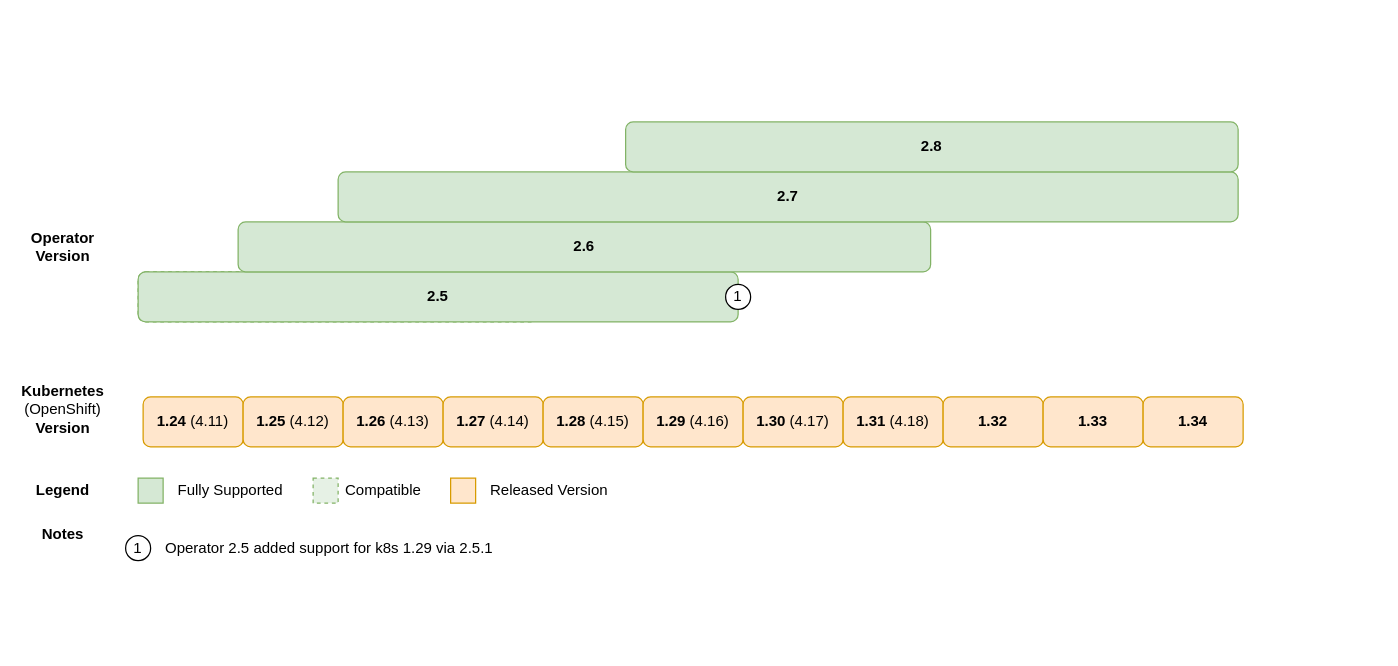
Above: page "Compat Kuberentes" (1 of 3) of drawio-charts/k8s-compat.drawio in couchbase/docs-operator (draw.io), before the change. Source tidied: cells renumbered, new cells numbered last; positions are measured from the earlier drawing's top-left corner, leaving out a move shared by most shapes. Both pictures are drawn from the tidied source at 125%, with x=0, y=0 at pixel (25, 121).
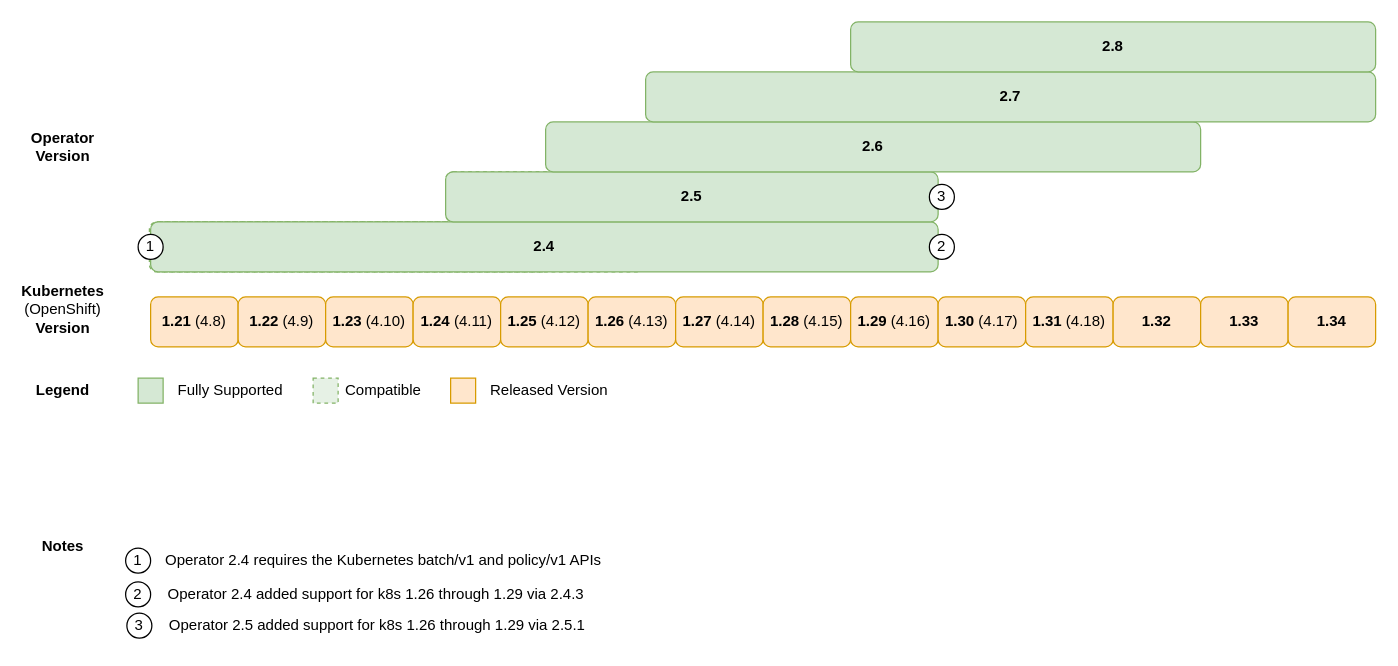
After the change.

The edit, as a diff of the source:
```diff
@@
+    <mxCell id="31" style="rounded=1;whiteSpace=wrap;html=1;fillColor=#d5e8d4;strokeColor=#82b366;fillOpacity=60;dashed=1;" parent="1" vertex="1">
+      <mxGeometry x="99" y="80" width="397" height="40" as="geometry" />
+    </mxCell>
     <mxCell id="2" style="rounded=1;whiteSpace=wrap;html=1;fillColor=#d5e8d4;strokeColor=#82b366;fillOpacity=60;dashed=1;" parent="1" vertex="1">
-      <mxGeometry x="90" y="120" width="320" height="40" as="geometry" />
+      <mxGeometry x="336" y="40" width="320" height="40" as="geometry" />
     </mxCell>
+    <mxCell id="32" style="rounded=1;whiteSpace=wrap;html=1;fillColor=#d5e8d4;strokeColor=#82b366;fillOpacity=60;dashed=1;" parent="1" vertex="1">
+      <mxGeometry x="101" y="80" width="319" height="40" as="geometry" />
+    </mxCell>
+    <mxCell id="33" value="&lt;div&gt;&lt;b&gt;1.21&lt;/b&gt; (4.8)&lt;/div&gt;" style="rounded=1;whiteSpace=wrap;html=1;fillColor=#ffe6cc;strokeColor=#d79b00;" parent="1" vertex="1">
+      <mxGeometry x="100" y="140" width="70" height="40" as="geometry" />
+    </mxCell>
     <mxCell id="3" value="&lt;div&gt;&lt;b&gt;Operator&lt;/b&gt;&lt;/div&gt;&lt;div&gt;&lt;b&gt;Version&lt;br&gt;&lt;/b&gt;&lt;/div&gt;" style="text;html=1;strokeColor=none;fillColor=none;align=center;verticalAlign=middle;whiteSpace=wrap;rounded=0;rotation=0;" parent="1" vertex="1">
-      <mxGeometry x="10" y="90" width="40" height="20" as="geometry" />
+      <mxGeometry x="10" y="10" width="40" height="20" as="geometry" />
     </mxCell>
     <mxCell id="4" value="&lt;div&gt;&lt;b&gt;Kubernetes&lt;/b&gt;&lt;/div&gt;&lt;div&gt;(OpenShift)&lt;br&gt;&lt;/div&gt;&lt;div&gt;&lt;b&gt;Version&lt;br&gt;&lt;/b&gt;&lt;/div&gt;" style="text;html=1;strokeColor=none;fillColor=none;align=center;verticalAlign=middle;whiteSpace=wrap;rounded=0;rotation=0;" parent="1" vertex="1">
-      <mxGeometry x="10" y="220" width="40" height="20" as="geometry" />
+      <mxGeometry x="10" y="140" width="40" height="20" as="geometry" />
     </mxCell>
+    <mxCell id="34" value="&lt;div&gt;&lt;b&gt;1.22&lt;/b&gt; (4.9)&lt;br&gt;&lt;/div&gt;" style="rounded=1;whiteSpace=wrap;html=1;fillColor=#ffe6cc;strokeColor=#d79b00;" parent="1" vertex="1">
+      <mxGeometry x="170" y="140" width="70" height="40" as="geometry" />
+    </mxCell>
+    <mxCell id="35" value="&lt;div&gt;&lt;b&gt;1.23 &lt;/b&gt;(4.10)&lt;/div&gt;&lt;b&gt;&lt;/b&gt;" style="rounded=1;whiteSpace=wrap;html=1;fillColor=#ffe6cc;strokeColor=#d79b00;" parent="1" vertex="1">
+      <mxGeometry x="240" y="140" width="70" height="40" as="geometry" />
+    </mxCell>
     <mxCell id="5" value="&lt;b&gt;Legend&lt;/b&gt;" style="text;html=1;strokeColor=none;fillColor=none;align=center;verticalAlign=middle;whiteSpace=wrap;rounded=0;glass=0;" parent="1" vertex="1">
-      <mxGeometry y="280" width="60" height="30" as="geometry" />
+      <mxGeometry y="200" width="60" height="30" as="geometry" />
     </mxCell>
     <mxCell id="6" value="&lt;b&gt;Notes&lt;/b&gt;" style="text;html=1;strokeColor=none;fillColor=none;align=center;verticalAlign=middle;whiteSpace=wrap;rounded=0;glass=0;" parent="1" vertex="1">
-      <mxGeometry y="320" width="60" height="20" as="geometry" />
+      <mxGeometry y="330" width="60" height="20" as="geometry" />
     </mxCell>
     <mxCell id="7" style="rounded=0;whiteSpace=wrap;html=1;glass=0;align=left;fillColor=#d5e8d4;strokeColor=#82b366;" parent="1" vertex="1">
-      <mxGeometry x="90" y="285" width="20" height="20" as="geometry" />
+      <mxGeometry x="90" y="205" width="20" height="20" as="geometry" />
     </mxCell>
     <mxCell id="8" value="&lt;div align=&quot;left&quot;&gt;Fully Supported&lt;/div&gt;" style="text;html=1;strokeColor=none;fillColor=none;align=left;verticalAlign=middle;whiteSpace=wrap;rounded=0;glass=0;" parent="1" vertex="1">
-      <mxGeometry x="120" y="285" width="120" height="20" as="geometry" />
+      <mxGeometry x="120" y="205" width="120" height="20" as="geometry" />
     </mxCell>
     <mxCell id="9" style="rounded=0;whiteSpace=wrap;html=1;glass=0;align=left;fillColor=#d5e8d4;strokeColor=#82b366;fillOpacity=60;dashed=1;" parent="1" vertex="1">
-      <mxGeometry x="230" y="285" width="20" height="20" as="geometry" />
+      <mxGeometry x="230" y="205" width="20" height="20" as="geometry" />
     </mxCell>
     <mxCell id="10" value="Compatible" style="text;html=1;strokeColor=none;fillColor=none;align=left;verticalAlign=middle;whiteSpace=wrap;rounded=0;glass=0;" parent="1" vertex="1">
-      <mxGeometry x="254" y="285" width="76" height="20" as="geometry" />
+      <mxGeometry x="254" y="205" width="76" height="20" as="geometry" />
     </mxCell>
     <mxCell id="11" style="rounded=0;whiteSpace=wrap;html=1;glass=0;align=left;fillColor=#ffe6cc;strokeColor=#d79b00;fillOpacity=100;" parent="1" vertex="1">
-      <mxGeometry x="340" y="285" width="20" height="20" as="geometry" />
+      <mxGeometry x="340" y="205" width="20" height="20" as="geometry" />
     </mxCell>
     <mxCell id="12" value="Released Version" style="text;html=1;strokeColor=none;fillColor=none;align=left;verticalAlign=middle;whiteSpace=wrap;rounded=0;glass=0;" parent="1" vertex="1">
-      <mxGeometry x="370" y="285" width="120" height="20" as="geometry" />
+      <mxGeometry x="370" y="205" width="120" height="20" as="geometry" />
     </mxCell>
+    <mxCell id="36" value="&lt;b&gt;2.4&lt;/b&gt;" style="rounded=1;whiteSpace=wrap;html=1;fillColor=#d5e8d4;strokeColor=#82b366;" parent="1" vertex="1">
+      <mxGeometry x="100" y="80" width="630" height="40" as="geometry" />
+    </mxCell>
+    <mxCell id="28" value="1" style="ellipse;whiteSpace=wrap;html=1;glass=0;" parent="1" vertex="1">
+      <mxGeometry x="90" y="90" width="20" height="20" as="geometry" />
+    </mxCell>
     <mxCell id="13" value="1" style="ellipse;whiteSpace=wrap;html=1;glass=0;" parent="1" vertex="1">
-      <mxGeometry x="80" y="331" width="20" height="20" as="geometry" />
+      <mxGeometry x="80" y="341" width="20" height="20" as="geometry" />
     </mxCell>
-    <mxCell id="14" value="Operator 2.5 added support for k8s 1.29 via 2.5.1" style="text;html=1;strokeColor=none;fillColor=none;align=left;verticalAlign=middle;whiteSpace=wrap;rounded=0;glass=0;" parent="1" vertex="1">
-      <mxGeometry x="110" y="331" width="470" height="20" as="geometry" />
+    <mxCell id="14" value="Operator 2.4 requires the Kubernetes batch/v1 and policy/v1 APIs" style="text;html=1;strokeColor=none;fillColor=none;align=left;verticalAlign=middle;whiteSpace=wrap;rounded=0;glass=0;" parent="1" vertex="1">
+      <mxGeometry x="110" y="341" width="470" height="20" as="geometry" />
     </mxCell>
     <mxCell id="15" value="&lt;div&gt;&lt;b&gt;1.24&amp;nbsp;&lt;/b&gt;(4.11)&lt;/div&gt;&lt;b&gt;&lt;/b&gt;" style="rounded=1;whiteSpace=wrap;html=1;fillColor=#ffe6cc;strokeColor=#d79b00;" parent="1" vertex="1">
-      <mxGeometry x="94" y="220" width="80" height="40" as="geometry" />
+      <mxGeometry x="310" y="140" width="70" height="40" as="geometry" />
     </mxCell>
     <mxCell id="16" value="&lt;div&gt;&lt;b&gt;1.25&amp;nbsp;&lt;/b&gt;(4.12)&lt;/div&gt;&lt;b&gt;&lt;/b&gt;" style="rounded=1;whiteSpace=wrap;html=1;fillColor=#ffe6cc;strokeColor=#d79b00;" parent="1" vertex="1">
-      <mxGeometry x="174" y="220" width="80" height="40" as="geometry" />
+      <mxGeometry x="380" y="140" width="70" height="40" as="geometry" />
     </mxCell>
     <mxCell id="17" value="&lt;b&gt;1.26&lt;/b&gt; (4.13)" style="rounded=1;whiteSpace=wrap;html=1;fillColor=#ffe6cc;strokeColor=#d79b00;" parent="1" vertex="1">
-      <mxGeometry x="254" y="220" width="80" height="40" as="geometry" />
+      <mxGeometry x="450" y="140" width="70" height="40" as="geometry" />
     </mxCell>
     <mxCell id="18" value="&lt;b&gt;1.27&lt;/b&gt; (4.14)" style="rounded=1;whiteSpace=wrap;html=1;fillColor=#ffe6cc;strokeColor=#d79b00;" parent="1" vertex="1">
-      <mxGeometry x="334" y="220" width="80" height="40" as="geometry" />
+      <mxGeometry x="520" y="140" width="70" height="40" as="geometry" />
     </mxCell>
     <mxCell id="19" value="&lt;b&gt;2.5&lt;/b&gt;" style="rounded=1;whiteSpace=wrap;html=1;fillColor=#d5e8d4;strokeColor=#82b366;" parent="1" vertex="1">
-      <mxGeometry x="90" y="120" width="480" height="40" as="geometry" />
+      <mxGeometry x="336" y="40" width="394" height="40" as="geometry" />
     </mxCell>
     <mxCell id="20" value="&lt;b&gt;1.28&lt;/b&gt; (4.15)" style="rounded=1;whiteSpace=wrap;html=1;fillColor=#ffe6cc;strokeColor=#d79b00;" parent="1" vertex="1">
-      <mxGeometry x="414" y="220" width="80" height="40" as="geometry" />
+      <mxGeometry x="590" y="140" width="70" height="40" as="geometry" />
     </mxCell>
     <mxCell id="21" value="&lt;b&gt;2.6&lt;/b&gt;" style="rounded=1;whiteSpace=wrap;html=1;fillColor=#d5e8d4;strokeColor=#82b366;" parent="1" vertex="1">
-      <mxGeometry x="170" y="80" width="554" height="40" as="geometry" />
+      <mxGeometry x="416" width="524" height="40" as="geometry" />
     </mxCell>
     <mxCell id="22" value="&lt;b&gt;1.29 &lt;/b&gt;(4.16)" style="rounded=1;whiteSpace=wrap;html=1;fillColor=#ffe6cc;strokeColor=#d79b00;" parent="1" vertex="1">
-      <mxGeometry x="494" y="220" width="80" height="40" as="geometry" />
+      <mxGeometry x="660" y="140" width="70" height="40" as="geometry" />
     </mxCell>
+    <mxCell id="37" value="2" style="ellipse;whiteSpace=wrap;html=1;glass=0;" parent="1" vertex="1">
+      <mxGeometry x="723" y="90" width="20" height="20" as="geometry" />
+    </mxCell>
+    <mxCell id="38" value="2" style="ellipse;whiteSpace=wrap;html=1;glass=0;" parent="1" vertex="1">
+      <mxGeometry x="80" y="368" width="20" height="20" as="geometry" />
+    </mxCell>
+    <mxCell id="39" value="Operator 2.4 added support for k8s 1.26 through 1.29 via 2.4.3" style="text;html=1;align=center;verticalAlign=middle;strokeColor=none;fillColor=none;" parent="1" vertex="1">
+      <mxGeometry x="100" y="363" width="360" height="30" as="geometry" />
+    </mxCell>
     <mxCell id="23" value="&lt;b&gt;1.30 &lt;/b&gt;(4.17)" style="rounded=1;whiteSpace=wrap;html=1;fillColor=#ffe6cc;strokeColor=#d79b00;" parent="1" vertex="1">
-      <mxGeometry x="574" y="220" width="80" height="40" as="geometry" />
+      <mxGeometry x="730" y="140" width="70" height="40" as="geometry" />
     </mxCell>
     <mxCell id="24" value="&lt;b&gt;2.7&lt;/b&gt;" style="rounded=1;whiteSpace=wrap;html=1;fillColor=#d5e8d4;strokeColor=#82b366;" parent="1" vertex="1">
-      <mxGeometry x="250" y="40" width="720" height="40" as="geometry" />
+      <mxGeometry x="496" y="-40" width="584" height="40" as="geometry" />
     </mxCell>
-    <mxCell id="25" value="&lt;b&gt;2.8&lt;/b&gt;" style="rounded=1;whiteSpace=wrap;html=1;fillColor=#d5e8d4;strokeColor=#82b366;" parent="1" vertex="1">
-      <mxGeometry x="480" width="490" height="40" as="geometry" />
-    </mxCell>
     <mxCell id="26" value="&lt;b&gt;1.31&lt;/b&gt;&amp;nbsp;(4.18)" style="rounded=1;whiteSpace=wrap;html=1;fillColor=#ffe6cc;strokeColor=#d79b00;" parent="1" vertex="1">
-      <mxGeometry x="654" y="220" width="80" height="40" as="geometry" />
+      <mxGeometry x="800" y="140" width="70" height="40" as="geometry" />
     </mxCell>
+    <mxCell id="40" value="3" style="ellipse;whiteSpace=wrap;html=1;glass=0;" parent="1" vertex="1">
+      <mxGeometry x="723" y="50" width="20" height="20" as="geometry" />
+    </mxCell>
+    <mxCell id="41" value="3" style="ellipse;whiteSpace=wrap;html=1;glass=0;" parent="1" vertex="1">
+      <mxGeometry x="81" y="393" width="20" height="20" as="geometry" />
+    </mxCell>
+    <mxCell id="42" value="Operator 2.5 added support for k8s 1.26 through 1.29 via 2.5.1" style="text;html=1;align=center;verticalAlign=middle;strokeColor=none;fillColor=none;" parent="1" vertex="1">
+      <mxGeometry x="101" y="388" width="360" height="30" as="geometry" />
+    </mxCell>
     <mxCell id="27" value="&lt;b&gt;1.32&lt;/b&gt;" style="rounded=1;whiteSpace=wrap;html=1;fillColor=#ffe6cc;strokeColor=#d79b00;" parent="1" vertex="1">
-      <mxGeometry x="734" y="220" width="80" height="40" as="geometry" />
+      <mxGeometry x="870" y="140" width="70" height="40" as="geometry" />
     </mxCell>
-    <mxCell id="28" value="1" style="ellipse;whiteSpace=wrap;html=1;glass=0;" parent="1" vertex="1">
-      <mxGeometry x="560" y="130" width="20" height="20" as="geometry" />
-    </mxCell>
     <mxCell id="29" value="&lt;b&gt;1.33&lt;/b&gt;" style="rounded=1;whiteSpace=wrap;html=1;fillColor=#ffe6cc;strokeColor=#d79b00;" parent="1" vertex="1">
-      <mxGeometry x="814" y="220" width="80" height="40" as="geometry" />
+      <mxGeometry x="940" y="140" width="70" height="40" as="geometry" />
     </mxCell>
     <mxCell id="30" value="&lt;b&gt;1.34&lt;/b&gt;" style="rounded=1;whiteSpace=wrap;html=1;fillColor=#ffe6cc;strokeColor=#d79b00;" parent="1" vertex="1">
-      <mxGeometry x="894" y="220" width="80" height="40" as="geometry" />
+      <mxGeometry x="1010" y="140" width="70" height="40" as="geometry" />
     </mxCell>
+    <mxCell id="25" value="&lt;b&gt;2.8&lt;/b&gt;" style="rounded=1;whiteSpace=wrap;html=1;fillColor=#d5e8d4;strokeColor=#82b366;" parent="1" vertex="1">
+      <mxGeometry x="660" y="-80" width="420" height="40" as="geometry" />
+    </mxCell>
```
